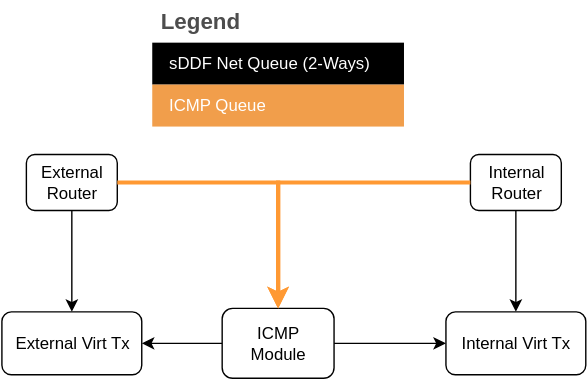
Above: static/icmp_module.svg in au-ts/lionsos.org (draw.io), before the change. Source tidied: cells renumbered, new cells last; positions are measured from the earlier drawing's top-left corner, leaving out a move shared by most shapes.
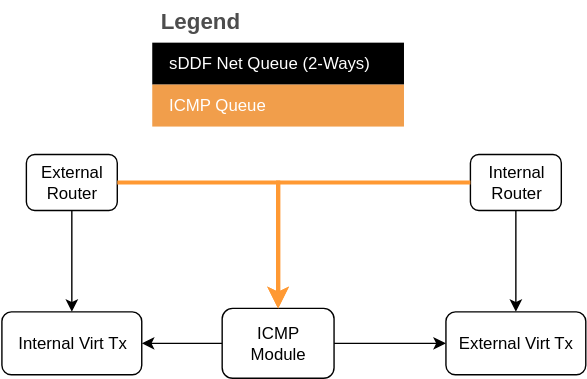
After the change.

Diff of the diagram source:
```diff
@@ -2,7 +2,7 @@
   <root>
     <mxCell id="0" />
     <mxCell id="1" parent="0" />
-    <mxCell id="2" value="External&amp;nbsp;&lt;span style=&quot;background-color: transparent; color: light-dark(rgb(0, 0, 0), rgb(255, 255, 255));&quot;&gt;Virt Tx&lt;/span&gt;" style="rounded=1;whiteSpace=wrap;html=1;" parent="1" vertex="1">
+    <mxCell id="2" value="Internal&amp;nbsp;&lt;span style=&quot;background-color: transparent; color: light-dark(rgb(0, 0, 0), rgb(255, 255, 255));&quot;&gt;Virt Tx&lt;/span&gt;" style="rounded=1;whiteSpace=wrap;html=1;" parent="1" vertex="1">
       <mxGeometry x="92.5" y="292.5" width="100" height="45" as="geometry" />
     </mxCell>
     <mxCell id="3" style="edgeStyle=orthogonalEdgeStyle;rounded=0;jettySize=auto;html=1;entryX=0.5;entryY=0;entryDx=0;entryDy=0;" parent="1" edge="1" source="4" target="22">
@@ -17,26 +17,6 @@
     <mxCell id="6" value="External Router" style="rounded=1;whiteSpace=wrap;html=1;" parent="1" vertex="1">
       <mxGeometry x="110" y="180" width="65" height="40" as="geometry" />
     </mxCell>
-    <mxCell id="7" style="endArrow=classic;html=1;rounded=0;exitX=0.5;exitY=1;exitDx=0;exitDy=0;entryX=0;entryY=0.5;entryDx=0;entryDy=0;" parent="1" edge="1" target="x">
-      <mxGeometry relative="1" as="geometry">
-        <mxPoint y="10" as="sourcePoint" />
-      </mxGeometry>
-    </mxCell>
-    <mxCell id="8" style="endArrow=classic;html=1;rounded=0;exitX=1;exitY=0.5;exitDx=0;exitDy=0;entryX=0;entryY=0.5;entryDx=0;entryDy=0;" parent="1" edge="1" target="x">
-      <mxGeometry relative="1" as="geometry">
-        <mxPoint x="140" y="100" as="sourcePoint" />
-      </mxGeometry>
-    </mxCell>
-    <mxCell id="9" style="endArrow=classic;html=1;rounded=0;exitX=1;exitY=0.5;exitDx=0;exitDy=0;entryX=0;entryY=0.5;entryDx=0;entryDy=0;" parent="1" edge="1" target="x">
-      <mxGeometry relative="1" as="geometry">
-        <mxPoint x="140" y="100" as="sourcePoint" />
-      </mxGeometry>
-    </mxCell>
-    <mxCell id="10" style="endArrow=classic;html=1;rounded=0;exitX=0.5;exitY=0;exitDx=0;exitDy=0;entryX=0.5;entryY=1;entryDx=0;entryDy=0;" parent="1" edge="1" source="x">
-      <mxGeometry relative="1" as="geometry">
-        <mxPoint x="115" as="targetPoint" />
-      </mxGeometry>
-    </mxCell>
     <mxCell id="11" style="edgeStyle=orthogonalEdgeStyle;rounded=0;jettySize=auto;html=1;" parent="1" edge="1" source="13" target="2">
       <mxGeometry relative="1" as="geometry" />
     </mxCell>
@@ -61,11 +41,6 @@
         </Array>
       </mxGeometry>
     </mxCell>
-    <mxCell id="16" style="endArrow=classic;html=1;rounded=0;exitX=1;exitY=0.5;exitDx=0;exitDy=0;entryX=0;entryY=0.5;entryDx=0;entryDy=0;" parent="1" edge="1" target="x">
-      <mxGeometry relative="1" as="geometry">
-        <mxPoint x="140" y="100" as="sourcePoint" />
-      </mxGeometry>
-    </mxCell>
     <mxCell id="17" value="Legend" style="shape=table;startSize=30;fontSize=16;align=left;verticalAlign=top;fillColor=none;strokeColor=none;fontColor=#4D4D4D;fontStyle=1;spacingLeft=6;spacing=0;" parent="1" vertex="1">
       <mxGeometry x="200" y="70" width="180" height="90" as="geometry" />
     </mxCell>
@@ -81,7 +56,7 @@
     <mxCell id="21" value="ICMP Queue" style="shape=partialRectangle;html=1;whiteSpace=wrap;strokeColor=inherit;overflow=hidden;fillColor=#f19e4b;top=0;left=0;bottom=0;right=0;fontSize=12;align=left;fontColor=#FFFFFF;gradientColor=none;spacingLeft=10;spacingRight=4;" parent="20" vertex="1">
       <mxGeometry width="180" height="30" as="geometry" />
     </mxCell>
-    <mxCell id="22" value="Internal&amp;nbsp;&lt;span style=&quot;background-color: transparent; color: light-dark(rgb(0, 0, 0), rgb(255, 255, 255));&quot;&gt;Virt Tx&lt;/span&gt;" style="rounded=1;whiteSpace=wrap;html=1;" parent="1" vertex="1">
+    <mxCell id="22" value="External&amp;nbsp;&lt;span style=&quot;background-color: transparent; color: light-dark(rgb(0, 0, 0), rgb(255, 255, 255));&quot;&gt;Virt Tx&lt;/span&gt;" style="rounded=1;whiteSpace=wrap;html=1;" parent="1" vertex="1">
       <mxGeometry x="410" y="292.5" width="100" height="45" as="geometry" />
     </mxCell>
   </root>
```
